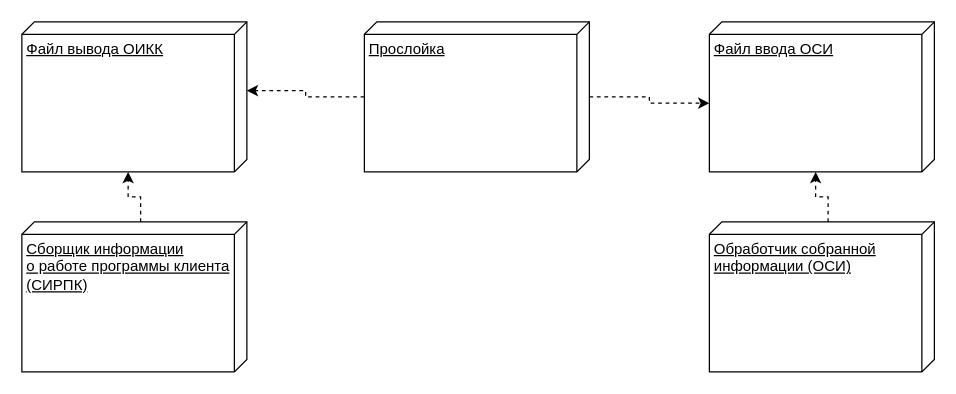
WinstonMDP/Profiler keeps this draw.io diagram as page "Микросервисы" (2 of 6) of Specification.drawio. Above is the earlier version. Source tidied: cells renumbered, new cells numbered last; positions are measured from the earlier drawing's top-left corner, leaving out a move shared by most shapes. Both pictures are drawn from the tidied source at 125%, with x=0, y=0 at pixel (21, 21).
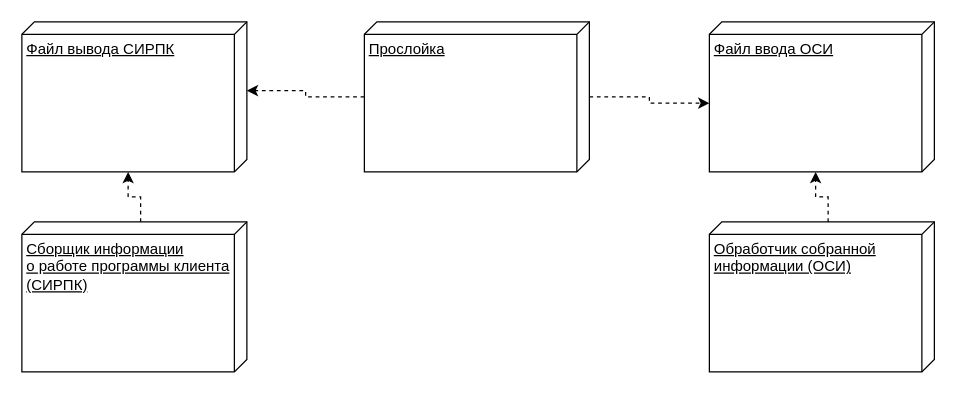
Above is the later version.

Change to the diagram source:
```diff
@@
 <mxGraphModel>
   <root>
     <mxCell id="0" />
     <mxCell id="1" parent="0" />
     <mxCell id="2" style="edgeStyle=orthogonalEdgeStyle;rounded=0;jettySize=auto;html=1;exitX=0;exitY=0;exitDx=0;exitDy=85;exitPerimeter=0;entryX=0;entryY=0;entryDx=120;entryDy=95;entryPerimeter=0;dashed=1;" parent="1" edge="1" source="3" target="9">
       <mxGeometry relative="1" as="geometry" />
     </mxCell>
     <mxCell id="3" value="Сборщик информации&lt;br&gt;о работе программы клиента&lt;br&gt;(СИРПК)" style="verticalAlign=top;align=left;spacingTop=8;spacingLeft=2;spacingRight=12;shape=cube;size=10;direction=south;fontStyle=4;html=1;" parent="1" vertex="1">
       <mxGeometry y="160" width="180" height="120" as="geometry" />
     </mxCell>
     <mxCell id="4" style="edgeStyle=orthogonalEdgeStyle;rounded=0;jettySize=auto;html=1;entryX=0;entryY=0;entryDx=55;entryDy=0;entryPerimeter=0;dashed=1;" parent="1" edge="1" source="6" target="9">
       <mxGeometry relative="1" as="geometry" />
     </mxCell>
     <mxCell id="5" style="edgeStyle=orthogonalEdgeStyle;rounded=0;jettySize=auto;html=1;entryX=0;entryY=0;entryDx=65;entryDy=180;entryPerimeter=0;dashed=1;" parent="1" edge="1" source="6" target="10">
       <mxGeometry relative="1" as="geometry" />
     </mxCell>
     <mxCell id="6" value="Прослойка" style="verticalAlign=top;align=left;spacingTop=8;spacingLeft=2;spacingRight=12;shape=cube;size=10;direction=south;fontStyle=4;html=1;" parent="1" vertex="1">
       <mxGeometry x="274" width="180" height="120" as="geometry" />
     </mxCell>
     <mxCell id="7" style="edgeStyle=orthogonalEdgeStyle;rounded=0;jettySize=auto;html=1;exitX=0;exitY=0;exitDx=0;exitDy=85;exitPerimeter=0;entryX=0;entryY=0;entryDx=120;entryDy=95;entryPerimeter=0;dashed=1;" parent="1" edge="1" source="8" target="10">
       <mxGeometry relative="1" as="geometry" />
     </mxCell>
     <mxCell id="8" value="Обработчик собранной&lt;br&gt;информации (ОСИ)" style="verticalAlign=top;align=left;spacingTop=8;spacingLeft=2;spacingRight=12;shape=cube;size=10;direction=south;fontStyle=4;html=1;" parent="1" vertex="1">
       <mxGeometry x="550" y="160" width="180" height="120" as="geometry" />
     </mxCell>
-    <mxCell id="9" value="Файл вывода ОИКК" style="verticalAlign=top;align=left;spacingTop=8;spacingLeft=2;spacingRight=12;shape=cube;size=10;direction=south;fontStyle=4;html=1;gradientColor=none;" parent="1" vertex="1">
+    <mxCell id="9" value="Файл вывода СИРПК" style="verticalAlign=top;align=left;spacingTop=8;spacingLeft=2;spacingRight=12;shape=cube;size=10;direction=south;fontStyle=4;html=1;gradientColor=none;" parent="1" vertex="1">
       <mxGeometry width="180" height="120" as="geometry" />
     </mxCell>
     <mxCell id="10" value="Файл ввода ОСИ" style="verticalAlign=top;align=left;spacingTop=8;spacingLeft=2;spacingRight=12;shape=cube;size=10;direction=south;fontStyle=4;html=1;gradientColor=none;" parent="1" vertex="1">
       <mxGeometry x="550" width="180" height="120" as="geometry" />
     </mxCell>
   </root>
 </mxGraphModel>
```
